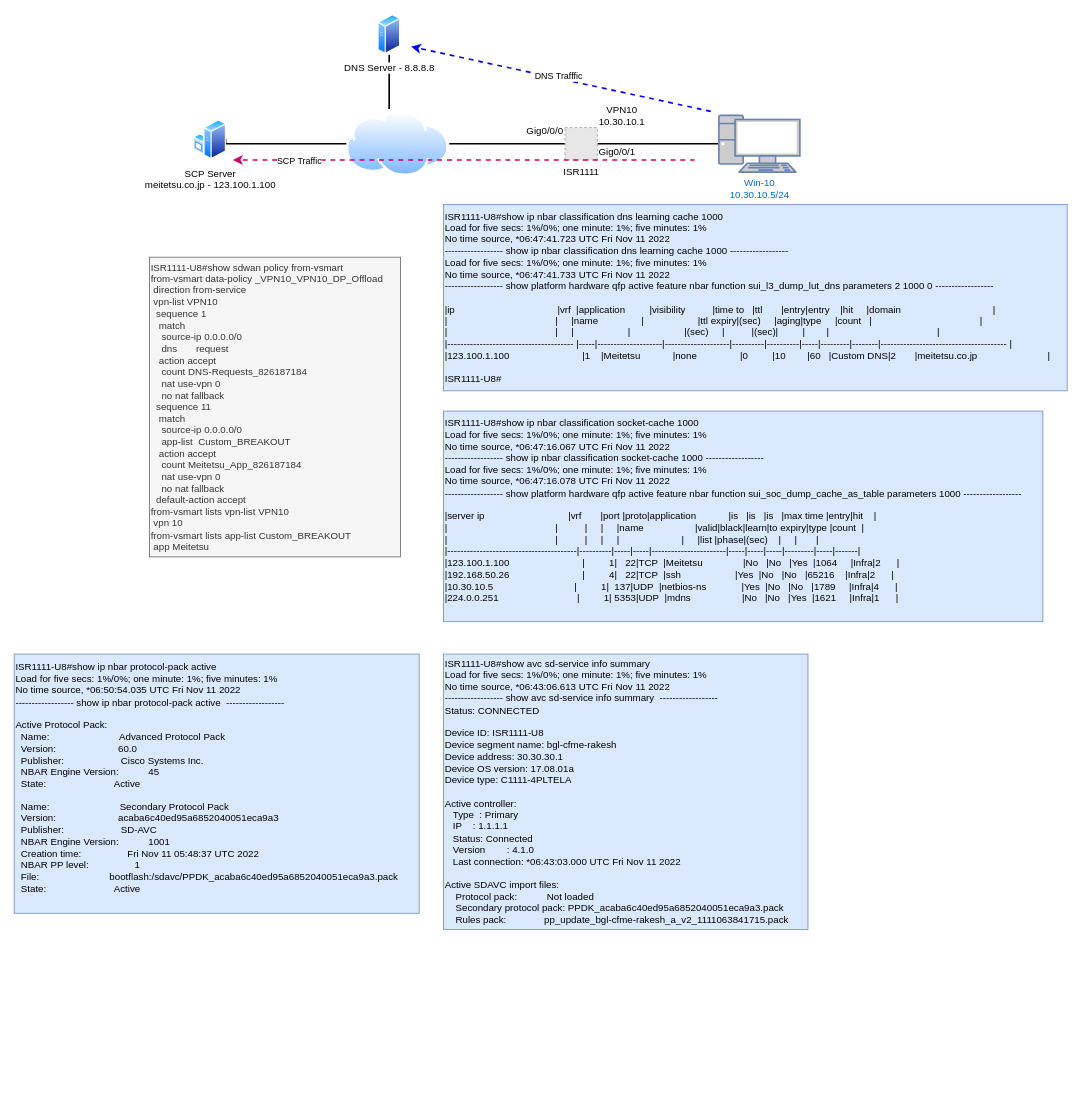
Before: DIA topology LAB.drawio in rakeshchhikara/network-automation, a draw.io diagram. Source tidied: cells renumbered, new cells numbered last; positions are measured from the earlier drawing's top-left corner, leaving out a move shared by most shapes. Both pictures are drawn from the tidied source at 81%, with x=0, y=0 at pixel (14, 14). Pictures stored in the file or linked from it are replaced by grey dashed boxes.
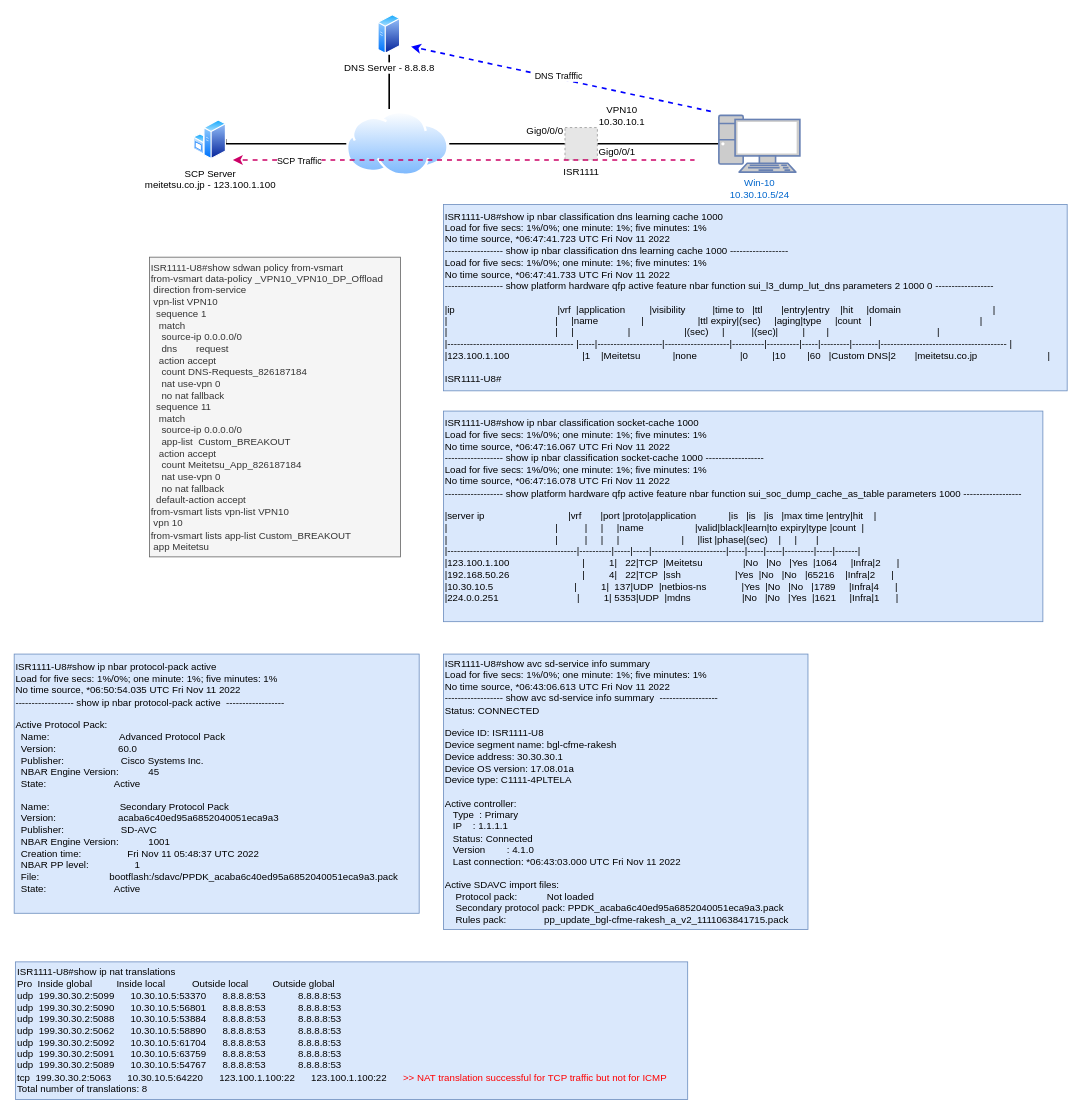
The same page after the edit.

Change to the diagram source:
```diff
@@
+    <mxCell id="24" value="&lt;div&gt;ISR1111-U8#show ip nat translations&amp;nbsp;&lt;/div&gt;&lt;div&gt;Pro&amp;nbsp; Inside global&amp;nbsp; &amp;nbsp; &amp;nbsp; &amp;nbsp; &amp;nbsp;Inside local&amp;nbsp; &amp;nbsp; &amp;nbsp; &amp;nbsp; &amp;nbsp; Outside local&amp;nbsp; &amp;nbsp; &amp;nbsp; &amp;nbsp; &amp;nbsp;Outside global&lt;/div&gt;&lt;div&gt;udp&amp;nbsp; 199.30.30.2:5099&amp;nbsp; &amp;nbsp; &amp;nbsp; 10.30.10.5:53370&amp;nbsp; &amp;nbsp; &amp;nbsp; 8.8.8.8:53&amp;nbsp; &amp;nbsp; &amp;nbsp; &amp;nbsp; &amp;nbsp; &amp;nbsp; 8.8.8.8:53&lt;/div&gt;&lt;div&gt;udp&amp;nbsp; 199.30.30.2:5090&amp;nbsp; &amp;nbsp; &amp;nbsp; 10.30.10.5:56801&amp;nbsp; &amp;nbsp; &amp;nbsp; 8.8.8.8:53&amp;nbsp; &amp;nbsp; &amp;nbsp; &amp;nbsp; &amp;nbsp; &amp;nbsp; 8.8.8.8:53&lt;/div&gt;&lt;div&gt;udp&amp;nbsp; 199.30.30.2:5088&amp;nbsp; &amp;nbsp; &amp;nbsp; 10.30.10.5:53884&amp;nbsp; &amp;nbsp; &amp;nbsp; 8.8.8.8:53&amp;nbsp; &amp;nbsp; &amp;nbsp; &amp;nbsp; &amp;nbsp; &amp;nbsp; 8.8.8.8:53&lt;/div&gt;&lt;div&gt;udp&amp;nbsp; 199.30.30.2:5062&amp;nbsp; &amp;nbsp; &amp;nbsp; 10.30.10.5:58890&amp;nbsp; &amp;nbsp; &amp;nbsp; 8.8.8.8:53&amp;nbsp; &amp;nbsp; &amp;nbsp; &amp;nbsp; &amp;nbsp; &amp;nbsp; 8.8.8.8:53&lt;/div&gt;&lt;div&gt;udp&amp;nbsp; 199.30.30.2:5092&amp;nbsp; &amp;nbsp; &amp;nbsp; 10.30.10.5:61704&amp;nbsp; &amp;nbsp; &amp;nbsp; 8.8.8.8:53&amp;nbsp; &amp;nbsp; &amp;nbsp; &amp;nbsp; &amp;nbsp; &amp;nbsp; 8.8.8.8:53&lt;/div&gt;&lt;div&gt;udp&amp;nbsp; 199.30.30.2:5091&amp;nbsp; &amp;nbsp; &amp;nbsp; 10.30.10.5:63759&amp;nbsp; &amp;nbsp; &amp;nbsp; 8.8.8.8:53&amp;nbsp; &amp;nbsp; &amp;nbsp; &amp;nbsp; &amp;nbsp; &amp;nbsp; 8.8.8.8:53&lt;/div&gt;&lt;div&gt;udp&amp;nbsp; 199.30.30.2:5089&amp;nbsp; &amp;nbsp; &amp;nbsp; 10.30.10.5:54767&amp;nbsp; &amp;nbsp; &amp;nbsp; 8.8.8.8:53&amp;nbsp; &amp;nbsp; &amp;nbsp; &amp;nbsp; &amp;nbsp; &amp;nbsp; 8.8.8.8:53&lt;/div&gt;&lt;div&gt;tcp&amp;nbsp; 199.30.30.2:5063&amp;nbsp; &amp;nbsp; &amp;nbsp; 10.30.10.5:64220&amp;nbsp; &amp;nbsp; &amp;nbsp; 123.100.1.100:22&amp;nbsp; &amp;nbsp; &amp;nbsp; 123.100.1.100:22&amp;nbsp; &amp;nbsp; &amp;nbsp; &lt;font color=&quot;#ff0000&quot;&gt;&amp;gt;&amp;gt; NAT translation successful for TCP traffic but not for ICMP&lt;/font&gt;&lt;/div&gt;&lt;div style=&quot;&quot;&gt;Total number of translations: 8&lt;/div&gt;" style="text;html=1;align=left;verticalAlign=middle;strokeColor=#6c8ebf;fillColor=#dae8fc;" parent="1" vertex="1">
+      <mxGeometry x="1.5" y="1170" width="830" height="170" as="geometry" />
+    </mxCell>
```
